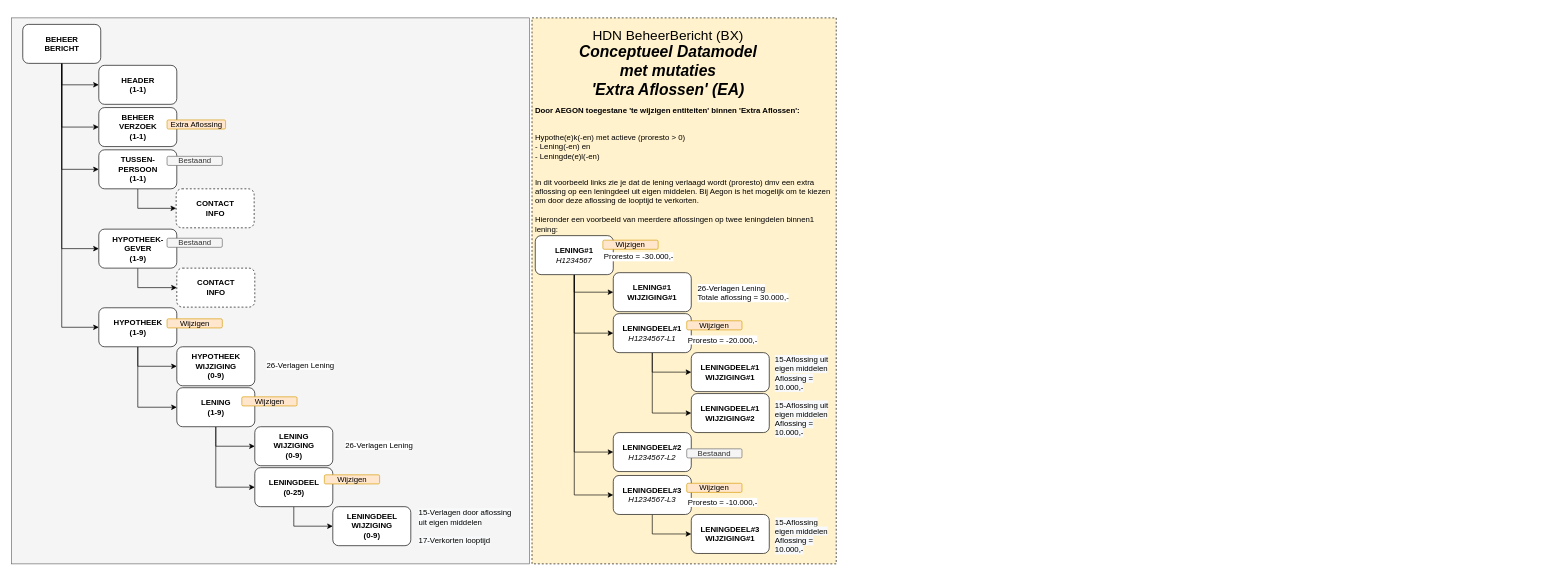
Before: page "DataModel EA met mutaties" (2 of 5) of HDN_BX_MM_ExtraAflossing.drawio in luchthandel/diagrams, a draw.io diagram. Source tidied: cells renumbered, new cells numbered last; positions are measured from the earlier drawing's top-left corner, leaving out a move shared by most shapes. Both pictures are drawn from the tidied source at 65%, with x=0, y=0 at pixel (11, 18).
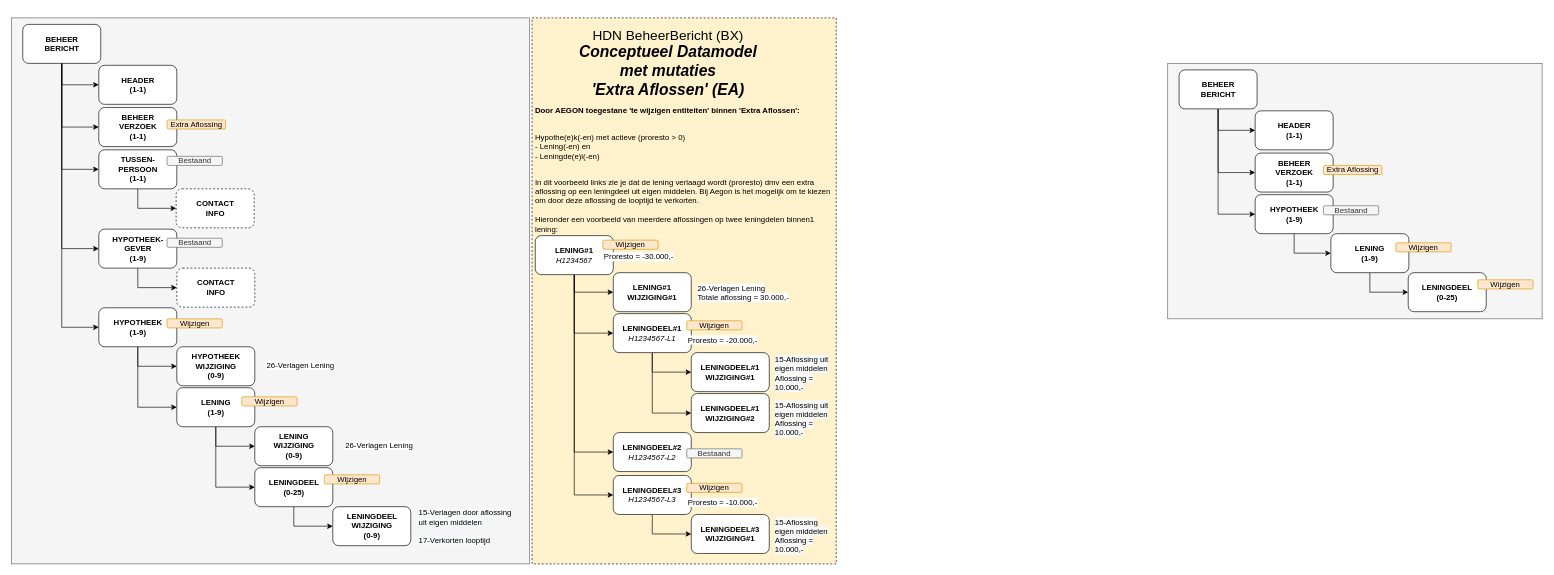
The same page after the edit.

What changed in the source:
```diff
@@
+    <mxCell id="65" style="rounded=0;whiteSpace=wrap;html=1;fillColor=#f5f5f5;strokeColor=#666666;fontColor=#333333;labelBackgroundColor=none;" parent="1" vertex="1">
+      <mxGeometry x="1779" y="70" width="576" height="393" as="geometry" />
+    </mxCell>
+    <mxCell id="66" style="edgeStyle=orthogonalEdgeStyle;rounded=0;jettySize=auto;html=1;exitX=0.5;exitY=1;exitDx=0;exitDy=0;entryX=0;entryY=0.5;entryDx=0;entryDy=0;" parent="1" edge="1" source="67" target="68">
+      <mxGeometry relative="1" as="geometry" />
+    </mxCell>
+    <mxCell id="67" value="LENING&lt;br&gt;(1-9)" style="rounded=1;whiteSpace=wrap;html=1;fontStyle=1;" parent="1" vertex="1">
+      <mxGeometry x="2030" y="332" width="120" height="60" as="geometry" />
+    </mxCell>
+    <mxCell id="68" value="LENINGDEEL&lt;br&gt;(0-25)" style="rounded=1;whiteSpace=wrap;html=1;fontStyle=1;" parent="1" vertex="1">
+      <mxGeometry x="2149" y="392" width="120" height="60" as="geometry" />
+    </mxCell>
+    <mxCell id="69" style="edgeStyle=orthogonalEdgeStyle;rounded=0;jettySize=auto;html=1;exitX=0.5;exitY=1;exitDx=0;exitDy=0;entryX=0;entryY=0.5;entryDx=0;entryDy=0;" parent="1" edge="1" source="72" target="74">
+      <mxGeometry relative="1" as="geometry" />
+    </mxCell>
+    <mxCell id="70" style="edgeStyle=orthogonalEdgeStyle;rounded=0;jettySize=auto;html=1;exitX=0.5;exitY=1;exitDx=0;exitDy=0;entryX=0;entryY=0.5;entryDx=0;entryDy=0;" parent="1" edge="1" source="72" target="73">
+      <mxGeometry relative="1" as="geometry" />
+    </mxCell>
+    <mxCell id="71" style="edgeStyle=orthogonalEdgeStyle;rounded=0;jettySize=auto;html=1;exitX=0.5;exitY=1;exitDx=0;exitDy=0;entryX=0;entryY=0.5;entryDx=0;entryDy=0;" parent="1" edge="1" source="72" target="76">
+      <mxGeometry relative="1" as="geometry" />
+    </mxCell>
+    <mxCell id="72" value="BEHEER&lt;br&gt;BERICHT" style="rounded=1;whiteSpace=wrap;html=1;fontStyle=1;" parent="1" vertex="1">
+      <mxGeometry x="1796.5" y="80" width="120" height="60" as="geometry" />
+    </mxCell>
+    <mxCell id="73" value="BEHEER&lt;br&gt;VERZOEK&lt;br&gt;(1-1)" style="rounded=1;whiteSpace=wrap;html=1;fontStyle=1;" parent="1" vertex="1">
+      <mxGeometry x="1913.5" y="208" width="120" height="60" as="geometry" />
+    </mxCell>
+    <mxCell id="74" value="HEADER&lt;br&gt;(1-1)" style="rounded=1;whiteSpace=wrap;html=1;fontStyle=1;" parent="1" vertex="1">
+      <mxGeometry x="1913.5" y="143" width="120" height="60" as="geometry" />
+    </mxCell>
+    <mxCell id="75" style="edgeStyle=orthogonalEdgeStyle;rounded=0;jettySize=auto;html=1;exitX=0.5;exitY=1;exitDx=0;exitDy=0;entryX=0;entryY=0.5;entryDx=0;entryDy=0;" parent="1" edge="1" source="76" target="67">
+      <mxGeometry relative="1" as="geometry" />
+    </mxCell>
+    <mxCell id="76" value="HYPOTHEEK&lt;br&gt;(1-9)" style="rounded=1;whiteSpace=wrap;html=1;fontStyle=1;" parent="1" vertex="1">
+      <mxGeometry x="1913.5" y="272" width="120" height="60" as="geometry" />
+    </mxCell>
+    <mxCell id="77" value="&lt;span style=&quot;font-weight: 400&quot;&gt;Bestaand&lt;/span&gt;" style="rounded=1;whiteSpace=wrap;html=1;fontStyle=1;fillColor=#f5f5f5;strokeColor=#666666;fontColor=#333333;" parent="1" vertex="1">
+      <mxGeometry x="2018.5" y="289" width="85" height="14" as="geometry" />
+    </mxCell>
+    <mxCell id="78" value="&lt;span style=&quot;font-weight: 400&quot;&gt;Wijzigen&lt;/span&gt;" style="rounded=1;whiteSpace=wrap;html=1;fontStyle=1;fillColor=#ffe6cc;strokeColor=#d79b00;" parent="1" vertex="1">
+      <mxGeometry x="2130" y="346" width="85" height="14" as="geometry" />
+    </mxCell>
+    <mxCell id="79" value="&lt;span style=&quot;font-weight: 400&quot;&gt;Wijzigen&lt;/span&gt;" style="rounded=1;whiteSpace=wrap;html=1;fontStyle=1;fillColor=#ffe6cc;strokeColor=#d79b00;" parent="1" vertex="1">
+      <mxGeometry x="2256" y="403" width="85" height="14" as="geometry" />
+    </mxCell>
+    <mxCell id="80" value="&lt;span style=&quot;font-weight: 400&quot;&gt;Extra Aflossing&lt;/span&gt;" style="rounded=1;whiteSpace=wrap;html=1;fontStyle=1;fillColor=#ffe6cc;strokeColor=#d79b00;" parent="1" vertex="1">
+      <mxGeometry x="2018.5" y="227" width="90" height="14" as="geometry" />
+    </mxCell>
```
